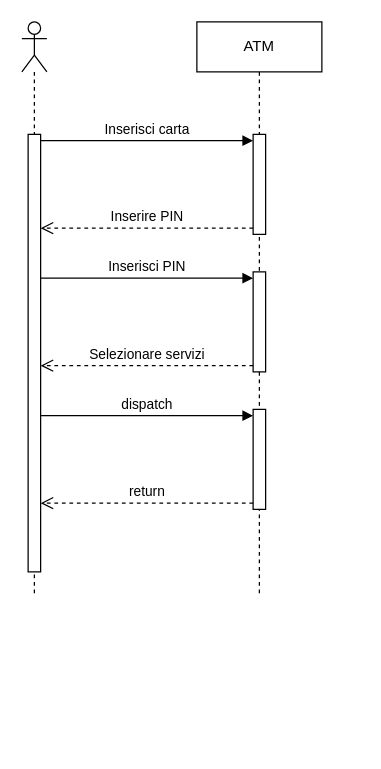
The draw.io diagram DiagrammaDiSequenza.drawio in HattyDoge/SnowWhite, before the edit. Source tidied: cells renumbered, new cells numbered last; positions are measured from the earlier drawing's top-left corner, leaving out a move shared by most shapes. Both pictures are drawn from the tidied source at 125%, with x=0, y=0 at pixel (21, 21).
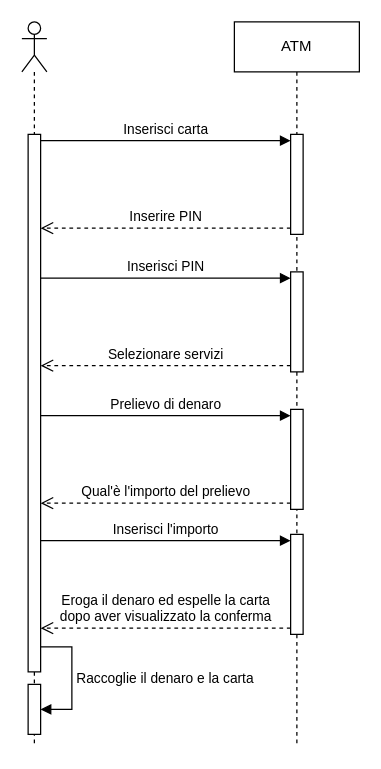
After the change.

Unchanged cells that the change refers to:
```xml
<mxCell id="7" style="html=1;points=[[0,0,0,0,5],[0,1,0,0,-5],[1,0,0,0,5],[1,1,0,0,-5]];perimeter=orthogonalPerimeter;outlineConnect=0;targetShapes=umlLifeline;portConstraint=eastwest;newEdgeStyle={&quot;curved&quot;:0,&quot;rounded&quot;:0};" parent="4" vertex="1">
  <mxGeometry x="45" y="310" width="10" height="80" as="geometry" />
</mxCell>
```

What changed in the source:
```diff
@@
     <mxCell id="2" style="shape=umlLifeline;perimeter=lifelinePerimeter;whiteSpace=wrap;html=1;newEdgeStyle={&quot;curved&quot;:0,&quot;rounded&quot;:0};participant=umlActor;" parent="1" vertex="1">
-      <mxGeometry width="20" height="460" as="geometry" />
+      <mxGeometry width="20" height="580" as="geometry" />
     </mxCell>
-    <mxCell id="3" style="html=1;points=[[0,0,0,0,5],[0,1,0,0,-5],[1,0,0,0,5],[1,1,0,0,-5]];perimeter=orthogonalPerimeter;outlineConnect=0;targetShapes=umlLifeline;portConstraint=eastwest;newEdgeStyle={&quot;curved&quot;:0,&quot;rounded&quot;:0};" parent="2" vertex="1">
-      <mxGeometry x="5" y="90" width="10" height="350" as="geometry" />
+    <mxCell id="3" value="&lt;br&gt;&lt;br&gt;&lt;br&gt;&lt;br&gt;&lt;br&gt;&lt;br&gt;" style="html=1;points=[[0,0,0,0,5],[0,1,0,0,-5],[1,0,0,0,5],[1,1,0,0,-5]];perimeter=orthogonalPerimeter;outlineConnect=0;targetShapes=umlLifeline;portConstraint=eastwest;newEdgeStyle={&quot;curved&quot;:0,&quot;rounded&quot;:0};" parent="2" vertex="1">
+      <mxGeometry x="5" y="90" width="10" height="430" as="geometry" />
     </mxCell>
+    <mxCell id="14" style="html=1;points=[[0,0,0,0,5],[0,1,0,0,-5],[1,0,0,0,5],[1,1,0,0,-5]];perimeter=orthogonalPerimeter;outlineConnect=0;targetShapes=umlLifeline;portConstraint=eastwest;newEdgeStyle={&quot;curved&quot;:0,&quot;rounded&quot;:0};" parent="2" vertex="1">
+      <mxGeometry x="5" y="530" width="10" height="40" as="geometry" />
+    </mxCell>
+    <mxCell id="15" value="Raccoglie il denaro e la carta" style="html=1;align=left;spacingLeft=2;endArrow=block;rounded=0;edgeStyle=orthogonalEdgeStyle;curved=0;rounded=0;" parent="2" edge="1" source="3" target="14">
+      <mxGeometry relative="1" as="geometry">
+        <Array as="points">
+          <mxPoint x="40" y="500" />
+          <mxPoint x="40" y="550" />
+        </Array>
+      </mxGeometry>
+    </mxCell>
     <mxCell id="4" value="ATM" style="shape=umlLifeline;perimeter=lifelinePerimeter;whiteSpace=wrap;html=1;newEdgeStyle={&quot;curved&quot;:0,&quot;rounded&quot;:0};" parent="1" vertex="1">
-      <mxGeometry x="140" width="100" height="460" as="geometry" />
+      <mxGeometry x="170" width="100" height="580" as="geometry" />
     </mxCell>
@@
+    <mxCell id="16" style="html=1;points=[[0,0,0,0,5],[0,1,0,0,-5],[1,0,0,0,5],[1,1,0,0,-5]];perimeter=orthogonalPerimeter;outlineConnect=0;targetShapes=umlLifeline;portConstraint=eastwest;newEdgeStyle={&quot;curved&quot;:0,&quot;rounded&quot;:0};" parent="4" vertex="1">
+      <mxGeometry x="45" y="410" width="10" height="80" as="geometry" />
+    </mxCell>
@@
-    <mxCell id="12" value="dispatch" style="html=1;verticalAlign=bottom;endArrow=block;curved=0;rounded=0;entryX=0;entryY=0;entryDx=0;entryDy=5;" parent="1" edge="1" source="3" target="7">
+    <mxCell id="12" value="Prelievo di denaro" style="html=1;verticalAlign=bottom;endArrow=block;curved=0;rounded=0;entryX=0;entryY=0;entryDx=0;entryDy=5;" parent="1" edge="1" source="3" target="7">
       <mxGeometry relative="1" as="geometry" />
     </mxCell>
-    <mxCell id="13" value="return" style="html=1;verticalAlign=bottom;endArrow=open;dashed=1;endSize=8;curved=0;rounded=0;exitX=0;exitY=1;exitDx=0;exitDy=-5;" parent="1" edge="1" source="7" target="3">
+    <mxCell id="13" value="Qual'è l'importo del prelievo" style="html=1;verticalAlign=bottom;endArrow=open;dashed=1;endSize=8;curved=0;rounded=0;exitX=0;exitY=1;exitDx=0;exitDy=-5;" parent="1" edge="1" source="7" target="3">
       <mxGeometry relative="1" as="geometry" />
     </mxCell>
+    <mxCell id="17" value="Inserisci l'importo" style="html=1;verticalAlign=bottom;endArrow=block;curved=0;rounded=0;entryX=0;entryY=0;entryDx=0;entryDy=5;" parent="1" edge="1" source="3" target="16">
+      <mxGeometry relative="1" as="geometry" />
+    </mxCell>
+    <mxCell id="18" value="Eroga il denaro ed espelle la carta&lt;br&gt;dopo aver visualizzato la conferma" style="html=1;verticalAlign=bottom;endArrow=open;dashed=1;endSize=8;curved=0;rounded=0;exitX=0;exitY=1;exitDx=0;exitDy=-5;" parent="1" edge="1" source="16" target="3">
+      <mxGeometry relative="1" as="geometry" />
+    </mxCell>
```
